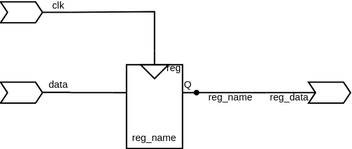
Earlier version of the draw.io export .pic/Basic Verilog structures/registers/fig_04.drawio.svg (MPSU/APS). Source tidied: cells renumbered, new cells last; positions are measured from the earlier drawing's top-left corner, leaving out a move shared by most shapes.
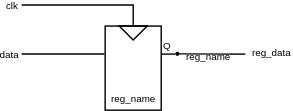
The same file after the commit.

Diff of the diagram source:
```diff
@@ -1,110 +1,61 @@
-<mxGraphModel>
+<mxGraphModel background="#ffffff">
   <root>
     <mxCell id="0" />
     <mxCell id="1" parent="0" />
     <mxCell id="2" value="&lt;font style=&quot;font-size: 7px;&quot;&gt;reg_name&lt;/font&gt;" style="rounded=0;whiteSpace=wrap;html=1;verticalAlign=bottom;spacingBottom=0;fillColor=none;" parent="1" vertex="1">
-      <mxGeometry x="90" y="45" width="40" height="60" as="geometry" />
+      <mxGeometry x="-35.5" y="73" width="40" height="60" as="geometry" />
     </mxCell>
-    <mxCell id="3" value="reg" style="text;html=1;strokeColor=none;fillColor=none;align=center;verticalAlign=middle;whiteSpace=wrap;rounded=0;fontSize=7;" parent="1" vertex="1">
-      <mxGeometry x="117" y="44" width="14" height="8" as="geometry" />
+    <mxCell id="3" style="endArrow=none;html=1;rounded=0;fontSize=7;" parent="1" edge="1">
+      <mxGeometry relative="1" as="geometry">
+        <mxPoint x="14.5" y="93" as="sourcePoint" />
+        <mxPoint x="4.5" y="93" as="targetPoint" />
+      </mxGeometry>
     </mxCell>
-    <mxCell id="4" style="endArrow=none;html=1;rounded=0;fontSize=7;" parent="1" edge="1">
+    <mxCell id="4" style="edgeStyle=orthogonalEdgeStyle;rounded=0;jettySize=auto;html=1;exitX=0;exitY=0.5;exitDx=0;exitDy=0;endArrow=none;endFill=0;" parent="1" edge="1" source="5">
       <mxGeometry relative="1" as="geometry">
-        <mxPoint x="90" y="65" as="sourcePoint" />
-        <mxPoint x="80" y="65" as="targetPoint" />
+        <mxPoint x="-95" y="58" as="targetPoint" />
+        <Array as="points">
+          <mxPoint x="-15" y="58" />
+        </Array>
       </mxGeometry>
     </mxCell>
-    <mxCell id="5" style="endArrow=none;html=1;rounded=0;fontSize=7;" parent="1" edge="1">
-      <mxGeometry relative="1" as="geometry">
-        <mxPoint x="140" y="65" as="sourcePoint" />
-        <mxPoint x="130" y="65" as="targetPoint" />
-      </mxGeometry>
+    <mxCell id="5" style="triangle;whiteSpace=wrap;html=1;fontSize=7;rotation=90;fillColor=none;" parent="1" vertex="1">
+      <mxGeometry x="-20.5" y="68" width="10" height="20" as="geometry" />
     </mxCell>
-    <mxCell id="6" style="endArrow=none;html=1;rounded=0;fontSize=7;" parent="1" edge="1">
-      <mxGeometry relative="1" as="geometry">
-        <mxPoint x="110" y="45" as="sourcePoint" />
-        <mxPoint x="110" y="35" as="targetPoint" />
-      </mxGeometry>
+    <mxCell id="6" value="Q" style="text;html=1;strokeColor=none;fillColor=none;align=center;verticalAlign=middle;whiteSpace=wrap;rounded=0;fontSize=7;" parent="1" vertex="1">
+      <mxGeometry x="5.5" y="83" width="6" height="10" as="geometry" />
     </mxCell>
-    <mxCell id="7" style="triangle;whiteSpace=wrap;html=1;fontSize=7;rotation=90;fillColor=none;" parent="1" vertex="1">
-      <mxGeometry x="105" y="40" width="10" height="20" as="geometry" />
+    <mxCell id="7" style="endArrow=none;html=1;rounded=0;fontSize=7;startArrow=oval;startFill=1;endSize=6;startSize=2;" parent="1" edge="1">
+      <mxGeometry relative="1" as="geometry">
+        <mxPoint x="16" y="92.8" as="sourcePoint" />
+        <mxPoint x="55" y="93" as="targetPoint" />
+      </mxGeometry>
     </mxCell>
-    <mxCell id="8" value="Q" style="text;html=1;strokeColor=none;fillColor=none;align=center;verticalAlign=middle;whiteSpace=wrap;rounded=0;fontSize=7;" parent="1" vertex="1">
-      <mxGeometry x="131" y="55" width="6" height="10" as="geometry" />
+    <mxCell id="8" value="&lt;font style=&quot;font-size: 7px;&quot;&gt;reg_name&lt;/font&gt;" style="edgeLabel;html=1;align=center;verticalAlign=middle;fontSize=7;labelBackgroundColor=none;" parent="7" vertex="1">
+      <mxGeometry x="0.13" relative="1" as="geometry">
+        <mxPoint y="3" as="offset" />
+      </mxGeometry>
     </mxCell>
-    <mxCell id="9" style="endArrow=none;html=1;rounded=0;fontSize=7;startArrow=oval;startFill=1;startSize=3;" parent="1" edge="1">
+    <mxCell id="9" style="endArrow=none;html=1;rounded=0;fontSize=7;" parent="1" edge="1">
       <mxGeometry relative="1" as="geometry">
-        <mxPoint x="140" y="65" as="sourcePoint" />
-        <mxPoint x="180" y="65" as="targetPoint" />
+        <mxPoint x="54.5" y="93" as="sourcePoint" />
+        <mxPoint x="64.5" y="93" as="targetPoint" />
       </mxGeometry>
     </mxCell>
-    <mxCell id="10" value="&lt;font style=&quot;font-size: 7px;&quot;&gt;reg_name&lt;/font&gt;" style="edgeLabel;html=1;align=center;verticalAlign=middle;fontSize=7;labelBackgroundColor=none;" parent="9" vertex="1">
-      <mxGeometry x="0.13" relative="1" as="geometry">
-        <mxPoint y="3" as="offset" />
-      </mxGeometry>
+    <mxCell id="10" value="reg_data" style="edgeLabel;html=1;align=center;verticalAlign=middle;fontSize=7;labelBackgroundColor=none;" parent="1" vertex="1">
+      <mxGeometry x="83" y="93" as="geometry" />
     </mxCell>
-    <mxCell id="11" style="shape=step;perimeter=stepPerimeter;whiteSpace=wrap;html=1;fixedSize=1;labelBackgroundColor=#CB9EFF;fontSize=7;fillColor=none;size=5;" parent="1" vertex="1">
-      <mxGeometry width="30" height="15" as="geometry" />
+    <mxCell id="11" value="data" style="edgeLabel;html=1;align=center;verticalAlign=middle;fontSize=7;labelBackgroundColor=none;" parent="1" vertex="1">
+      <mxGeometry x="-104" y="93" as="geometry" />
     </mxCell>
-    <mxCell id="12" style="shape=step;perimeter=stepPerimeter;whiteSpace=wrap;html=1;fixedSize=1;labelBackgroundColor=#CB9EFF;fontSize=7;fillColor=none;size=5;" parent="1" vertex="1">
-      <mxGeometry y="57.5" width="30" height="15" as="geometry" />
+    <mxCell id="12" value="clk" style="edgeLabel;html=1;align=center;verticalAlign=middle;fontSize=7;labelBackgroundColor=none;" parent="1" vertex="1">
+      <mxGeometry x="-102" y="58" as="geometry" />
     </mxCell>
-    <mxCell id="13" style="endArrow=none;html=1;rounded=0;fontSize=7;" parent="1" edge="1">
+    <mxCell id="13" style="edgeStyle=orthogonalEdgeStyle;rounded=0;orthogonalLoop=1;jettySize=auto;html=1;exitX=0;exitY=0.75;exitDx=0;exitDy=0;exitPerimeter=0;endArrow=none;endFill=0;" parent="1" edge="1">
       <mxGeometry relative="1" as="geometry">
-        <mxPoint x="50" y="64.8" as="sourcePoint" />
-        <mxPoint x="30" y="64.8" as="targetPoint" />
+        <mxPoint x="-36" y="92.9" as="sourcePoint" />
+        <mxPoint x="-95" y="92.9" as="targetPoint" />
       </mxGeometry>
     </mxCell>
-    <mxCell id="14" value="data" style="edgeLabel;html=1;align=center;verticalAlign=middle;fontSize=7;labelBackgroundColor=none;" parent="13" vertex="1">
-      <mxGeometry x="0.2" relative="1" as="geometry">
-        <mxPoint x="2" y="-5" as="offset" />
-      </mxGeometry>
-    </mxCell>
-    <mxCell id="15" style="endArrow=none;html=1;rounded=0;fontSize=7;" parent="1" edge="1">
-      <mxGeometry relative="1" as="geometry">
-        <mxPoint x="30" y="7.5" as="sourcePoint" />
-        <mxPoint x="50" y="7.5" as="targetPoint" />
-      </mxGeometry>
-    </mxCell>
-    <mxCell id="16" value="clk" style="edgeLabel;html=1;align=center;verticalAlign=middle;fontSize=7;labelBackgroundColor=none;" parent="15" vertex="1">
-      <mxGeometry x="0.4" y="-1" relative="1" as="geometry">
-        <mxPoint x="-4" y="-6" as="offset" />
-      </mxGeometry>
-    </mxCell>
-    <mxCell id="17" style="shape=step;perimeter=stepPerimeter;whiteSpace=wrap;html=1;fixedSize=1;labelBackgroundColor=#CB9EFF;fontSize=7;fillColor=none;size=5;" parent="1" vertex="1">
-      <mxGeometry x="220" y="57.5" width="30" height="15" as="geometry" />
-    </mxCell>
-    <mxCell id="18" style="endArrow=none;html=1;rounded=0;fontSize=7;" parent="1" edge="1">
-      <mxGeometry relative="1" as="geometry">
-        <mxPoint x="225" y="65" as="sourcePoint" />
-        <mxPoint x="190" y="65" as="targetPoint" />
-      </mxGeometry>
-    </mxCell>
-    <mxCell id="19" value="reg_data" style="edgeLabel;html=1;align=center;verticalAlign=middle;fontSize=7;labelBackgroundColor=none;" parent="18" vertex="1">
-      <mxGeometry x="0.2" relative="1" as="geometry">
-        <mxPoint x="1" y="3" as="offset" />
-      </mxGeometry>
-    </mxCell>
-    <mxCell id="20" style="endArrow=none;html=1;rounded=0;fontSize=7;" parent="1" edge="1">
-      <mxGeometry relative="1" as="geometry">
-        <mxPoint x="50" y="65" as="sourcePoint" />
-        <mxPoint x="80" y="65" as="targetPoint" />
-      </mxGeometry>
-    </mxCell>
-    <mxCell id="21" style="endArrow=none;html=1;rounded=0;fontSize=7;" parent="1" edge="1">
-      <mxGeometry relative="1" as="geometry">
-        <mxPoint x="110" y="35" as="sourcePoint" />
-        <mxPoint x="50" y="7.5" as="targetPoint" />
-        <Array as="points">
-          <mxPoint x="110" y="7" />
-        </Array>
-      </mxGeometry>
-    </mxCell>
-    <mxCell id="22" style="endArrow=none;html=1;rounded=0;fontSize=7;" parent="1" edge="1">
-      <mxGeometry relative="1" as="geometry">
-        <mxPoint x="180" y="65" as="sourcePoint" />
-        <mxPoint x="190" y="65" as="targetPoint" />
-      </mxGeometry>
-    </mxCell>
   </root>
 </mxGraphModel>
```
